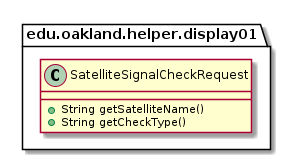
The PlantUML diagram docs/uml-class-diagrams/display01/helper/Display01HelperPackage.png in andrewdimmer/csi-3370-software-project, before a commit.
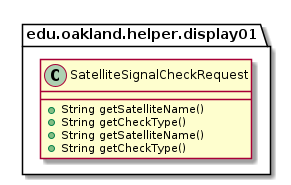
Above is the later version.

Change to the diagram source:
```diff
@@ -1,7 +1,11 @@
 @startuml Display01HelperPackage
 
 package edu.oakland.helper.display01 {
+  class SatelliteSignalCheckRequest {
 
+    + String getSatelliteName()
+    + String getCheckType()
+  }
 }
 
 
```
